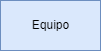
Before: tareas/tarea-1/images/ejercicio7.drawio.png, a diagram exported from draw.io (aguemarrero/base-datos). Source tidied: cells renumbered, new cells last; positions are measured from the earlier drawing's top-left corner, leaving out a move shared by most shapes.
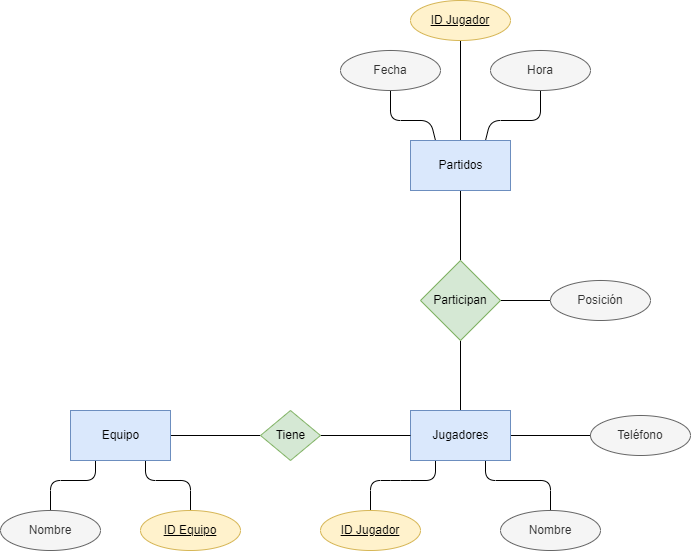
After the change.

Change to the diagram source:
```diff
@@ -2,8 +2,139 @@
   <root>
     <mxCell id="0" />
     <mxCell id="1" parent="0" />
+    <mxCell id="3" style="edgeStyle=none;html=1;entryX=0;entryY=0.5;entryDx=0;entryDy=0;fontColor=#000000;endArrow=none;endFill=0;" parent="1" edge="1" source="2" target="12">
+      <mxGeometry relative="1" as="geometry" />
+    </mxCell>
+    <mxCell id="4" style="html=1;exitX=0.25;exitY=1;exitDx=0;exitDy=0;entryX=0.5;entryY=0;entryDx=0;entryDy=0;fontColor=#000000;endArrow=none;endFill=0;" parent="1" edge="1" source="2" target="14">
+      <mxGeometry relative="1" as="geometry">
+        <Array as="points">
+          <mxPoint x="25" y="70" />
+          <mxPoint x="-20" y="70" />
+        </Array>
+      </mxGeometry>
+    </mxCell>
+    <mxCell id="5" style="edgeStyle=none;html=1;exitX=0.75;exitY=1;exitDx=0;exitDy=0;entryX=0.5;entryY=0;entryDx=0;entryDy=0;fontColor=#FFFFFF;endArrow=none;endFill=0;" parent="1" edge="1" source="2" target="13">
+      <mxGeometry relative="1" as="geometry">
+        <Array as="points">
+          <mxPoint x="75" y="70" />
+          <mxPoint x="120" y="70" />
+        </Array>
+      </mxGeometry>
+    </mxCell>
     <mxCell id="2" value="&lt;font color=&quot;#000000&quot;&gt;Equipo&lt;/font&gt;" style="html=1;dashed=0;whitespace=wrap;fillColor=#dae8fc;strokeColor=#6c8ebf;" parent="1" vertex="1">
       <mxGeometry width="100" height="50" as="geometry" />
     </mxCell>
+    <mxCell id="6" style="edgeStyle=none;html=1;fontColor=#FFFFFF;endArrow=none;endFill=0;" parent="1" edge="1" source="10" target="20">
+      <mxGeometry relative="1" as="geometry" />
+    </mxCell>
+    <mxCell id="7" style="edgeStyle=none;html=1;exitX=0.25;exitY=1;exitDx=0;exitDy=0;fontColor=#FFFFFF;endArrow=none;endFill=0;entryX=0.5;entryY=0;entryDx=0;entryDy=0;" parent="1" edge="1" source="10" target="29">
+      <mxGeometry relative="1" as="geometry">
+        <Array as="points">
+          <mxPoint x="365" y="70" />
+          <mxPoint x="330" y="70" />
+          <mxPoint x="300" y="70" />
+        </Array>
+      </mxGeometry>
+    </mxCell>
+    <mxCell id="8" style="edgeStyle=none;html=1;exitX=0.75;exitY=1;exitDx=0;exitDy=0;entryX=0.5;entryY=0;entryDx=0;entryDy=0;fontColor=#000000;endArrow=none;endFill=0;" parent="1" edge="1" source="10" target="28">
+      <mxGeometry relative="1" as="geometry">
+        <Array as="points">
+          <mxPoint x="415" y="70" />
+          <mxPoint x="480" y="70" />
+        </Array>
+      </mxGeometry>
+    </mxCell>
+    <mxCell id="9" style="edgeStyle=none;html=1;fontColor=#000000;endArrow=none;endFill=0;" parent="1" edge="1" source="10">
+      <mxGeometry relative="1" as="geometry">
+        <mxPoint x="530" y="25" as="targetPoint" />
+      </mxGeometry>
+    </mxCell>
+    <mxCell id="10" value="&lt;font color=&quot;#000000&quot;&gt;Jugadores&lt;/font&gt;" style="html=1;dashed=0;whitespace=wrap;fillColor=#dae8fc;strokeColor=#6c8ebf;" parent="1" vertex="1">
+      <mxGeometry x="340" width="100" height="50" as="geometry" />
+    </mxCell>
+    <mxCell id="11" style="edgeStyle=none;html=1;exitX=1;exitY=0.5;exitDx=0;exitDy=0;entryX=0;entryY=0.5;entryDx=0;entryDy=0;fontColor=#000000;endArrow=none;endFill=0;" parent="1" edge="1" source="12" target="10">
+      <mxGeometry relative="1" as="geometry" />
+    </mxCell>
+    <mxCell id="12" value="&lt;font color=&quot;#000000&quot;&gt;Tiene&lt;/font&gt;" style="shape=rhombus;html=1;dashed=0;whitespace=wrap;perimeter=rhombusPerimeter;fillColor=#d5e8d4;strokeColor=#82b366;" parent="1" vertex="1">
+      <mxGeometry x="190" width="60" height="50" as="geometry" />
+    </mxCell>
+    <mxCell id="13" value="&lt;font color=&quot;#000000&quot;&gt;ID Equipo&lt;/font&gt;" style="ellipse;whiteSpace=wrap;html=1;align=center;fontStyle=4;fillColor=#fff2cc;strokeColor=#d6b656;" parent="1" vertex="1">
+      <mxGeometry x="70" y="100" width="100" height="40" as="geometry" />
+    </mxCell>
+    <mxCell id="14" value="Nombre" style="ellipse;whiteSpace=wrap;html=1;align=center;fillColor=#f5f5f5;strokeColor=#666666;fontColor=#333333;" parent="1" vertex="1">
+      <mxGeometry x="-70" y="100" width="100" height="40" as="geometry" />
+    </mxCell>
+    <mxCell id="15" value="&lt;font color=&quot;#ffffff&quot;&gt;(1:N)&lt;/font&gt;" style="text;html=1;align=center;verticalAlign=middle;strokeColor=none;fillColor=none;fontColor=#000000;" parent="1" vertex="1">
+      <mxGeometry x="275" y="-5" width="50" height="30" as="geometry" />
+    </mxCell>
+    <mxCell id="16" value="(1:1)" style="text;html=1;align=center;verticalAlign=middle;strokeColor=none;fillColor=none;fontColor=#FFFFFF;" parent="1" vertex="1">
+      <mxGeometry x="95" y="-5" width="50" height="30" as="geometry" />
+    </mxCell>
+    <mxCell id="17" value="&lt;b&gt;1:N&lt;/b&gt;" style="text;html=1;align=center;verticalAlign=middle;strokeColor=none;fillColor=none;fontColor=#FFFFFF;" parent="1" vertex="1">
+      <mxGeometry x="200" y="-35" width="40" height="30" as="geometry" />
+    </mxCell>
+    <mxCell id="18" style="edgeStyle=none;html=1;entryX=0.5;entryY=1;entryDx=0;entryDy=0;fontColor=#000000;endArrow=none;endFill=0;" parent="1" edge="1" source="20" target="24">
+      <mxGeometry relative="1" as="geometry" />
+    </mxCell>
+    <mxCell id="19" style="edgeStyle=none;html=1;entryX=0;entryY=0.5;entryDx=0;entryDy=0;fontColor=#FFFFFF;endArrow=none;endFill=0;" parent="1" edge="1" source="20" target="27">
+      <mxGeometry relative="1" as="geometry" />
+    </mxCell>
+    <mxCell id="20" value="&lt;font color=&quot;#000000&quot;&gt;Participan&lt;/font&gt;" style="rhombus;whiteSpace=wrap;html=1;fillColor=#d5e8d4;strokeColor=#82b366;dashed=0;" parent="1" vertex="1">
+      <mxGeometry x="350" y="-150" width="80" height="80" as="geometry" />
+    </mxCell>
+    <mxCell id="21" style="edgeStyle=none;html=1;exitX=0.25;exitY=0;exitDx=0;exitDy=0;entryX=0.5;entryY=1;entryDx=0;entryDy=0;fontColor=#000000;endArrow=none;endFill=0;" parent="1" edge="1" source="24" target="25">
+      <mxGeometry relative="1" as="geometry">
+        <Array as="points">
+          <mxPoint x="360" y="-290" />
+          <mxPoint x="320" y="-290" />
+        </Array>
+      </mxGeometry>
+    </mxCell>
+    <mxCell id="22" style="edgeStyle=none;html=1;exitX=0.75;exitY=0;exitDx=0;exitDy=0;entryX=0.5;entryY=1;entryDx=0;entryDy=0;fontColor=#000000;endArrow=none;endFill=0;" parent="1" edge="1" source="24" target="26">
+      <mxGeometry relative="1" as="geometry">
+        <Array as="points">
+          <mxPoint x="420" y="-290" />
+          <mxPoint x="470" y="-290" />
+        </Array>
+      </mxGeometry>
+    </mxCell>
+    <mxCell id="23" style="edgeStyle=none;html=1;" parent="1" edge="1" source="24">
+      <mxGeometry relative="1" as="geometry">
+        <mxPoint x="390" y="-390" as="targetPoint" />
+      </mxGeometry>
+    </mxCell>
+    <mxCell id="24" value="&lt;font color=&quot;#000000&quot;&gt;Partidos&lt;/font&gt;" style="html=1;dashed=0;whitespace=wrap;fillColor=#dae8fc;strokeColor=#6c8ebf;" parent="1" vertex="1">
+      <mxGeometry x="340" y="-270" width="100" height="50" as="geometry" />
+    </mxCell>
+    <mxCell id="25" value="Fecha" style="ellipse;whiteSpace=wrap;html=1;align=center;fontColor=#333333;fillColor=#f5f5f5;strokeColor=#666666;" parent="1" vertex="1">
+      <mxGeometry x="270" y="-360" width="100" height="40" as="geometry" />
+    </mxCell>
+    <mxCell id="26" value="Hora" style="ellipse;whiteSpace=wrap;html=1;align=center;fontColor=#333333;fillColor=#f5f5f5;strokeColor=#666666;" parent="1" vertex="1">
+      <mxGeometry x="420" y="-360" width="100" height="40" as="geometry" />
+    </mxCell>
+    <mxCell id="27" value="Posición" style="ellipse;whiteSpace=wrap;html=1;align=center;fontColor=#333333;fillColor=#f5f5f5;strokeColor=#666666;" parent="1" vertex="1">
+      <mxGeometry x="480" y="-130" width="100" height="40" as="geometry" />
+    </mxCell>
+    <mxCell id="28" value="Nombre" style="ellipse;whiteSpace=wrap;html=1;align=center;fontColor=#333333;fillColor=#f5f5f5;strokeColor=#666666;" parent="1" vertex="1">
+      <mxGeometry x="430" y="100" width="100" height="40" as="geometry" />
+    </mxCell>
+    <mxCell id="29" value="&lt;font color=&quot;#000000&quot;&gt;ID Jugador&lt;/font&gt;" style="ellipse;whiteSpace=wrap;html=1;align=center;fontStyle=4;fillColor=#fff2cc;strokeColor=#d6b656;" parent="1" vertex="1">
+      <mxGeometry x="250" y="100" width="100" height="40" as="geometry" />
+    </mxCell>
+    <mxCell id="30" value="Teléfono" style="ellipse;whiteSpace=wrap;html=1;align=center;fontColor=#333333;fillColor=#f5f5f5;strokeColor=#666666;" parent="1" vertex="1">
+      <mxGeometry x="520" y="5" width="100" height="40" as="geometry" />
+    </mxCell>
+    <mxCell id="31" value="&lt;font color=&quot;#ffffff&quot;&gt;(0:N)&lt;/font&gt;" style="text;html=1;align=center;verticalAlign=middle;strokeColor=none;fillColor=none;fontColor=#000000;" parent="1" vertex="1">
+      <mxGeometry x="340" y="-220" width="50" height="30" as="geometry" />
+    </mxCell>
+    <mxCell id="32" value="&lt;font color=&quot;#ffffff&quot;&gt;(1:N)&lt;/font&gt;" style="text;html=1;align=center;verticalAlign=middle;strokeColor=none;fillColor=none;fontColor=#000000;" parent="1" vertex="1">
+      <mxGeometry x="340" y="-35" width="50" height="30" as="geometry" />
+    </mxCell>
+    <mxCell id="33" value="&lt;font color=&quot;#ffffff&quot;&gt;(M:N)&lt;/font&gt;" style="text;html=1;align=center;verticalAlign=middle;strokeColor=none;fillColor=none;fontColor=#000000;" parent="1" vertex="1">
+      <mxGeometry x="290" y="-130" width="50" height="30" as="geometry" />
+    </mxCell>
+    <mxCell id="34" value="&lt;font color=&quot;#000000&quot;&gt;ID Jugador&lt;/font&gt;" style="ellipse;whiteSpace=wrap;html=1;align=center;fontStyle=4;fillColor=#fff2cc;strokeColor=#d6b656;" parent="1" vertex="1">
+      <mxGeometry x="340" y="-410" width="100" height="40" as="geometry" />
+    </mxCell>
   </root>
 </mxGraphModel>
```
